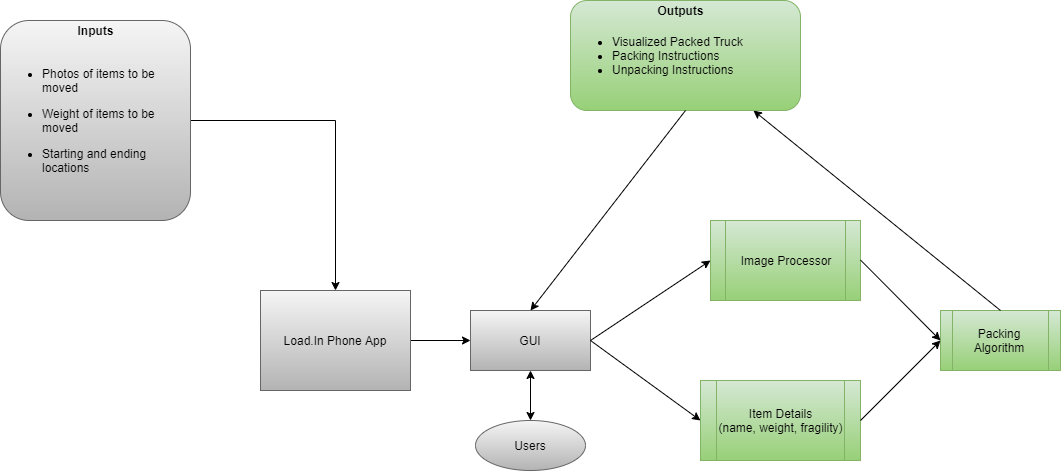
The draw.io diagram Documents/MFCD.png in LP-76/load.in, before a commit. Source tidied: cells renumbered, new cells last; positions are measured from the earlier drawing's top-left corner, leaving out a move shared by most shapes. Its diagram source:
```xml
<mxGraphModel>
  <root>
    <mxCell id="0" />
    <mxCell id="1" parent="0" />
    <mxCell id="2" style="edgeStyle=orthogonalEdgeStyle;rounded=0;jettySize=auto;html=1;" parent="1" edge="1" source="3" target="6">
      <mxGeometry relative="1" as="geometry" />
    </mxCell>
    <mxCell id="3" value="&lt;ul&gt;&lt;li&gt;Photos of items to be moved&lt;/li&gt;&lt;/ul&gt;&lt;ul&gt;&lt;li&gt;Weight of items to be moved&lt;/li&gt;&lt;/ul&gt;&lt;ul&gt;&lt;li&gt;Starting and ending locations&lt;/li&gt;&lt;/ul&gt;" style="rounded=1;whiteSpace=wrap;html=1;align=left;labelPosition=center;verticalLabelPosition=middle;verticalAlign=middle;fillColor=#f5f5f5;strokeColor=#666666;gradientColor=#b3b3b3;gradientDirection=south;" parent="1" vertex="1">
      <mxGeometry y="20" width="190" height="200" as="geometry" />
    </mxCell>
    <mxCell id="4" value="&lt;b&gt;Inputs&lt;/b&gt;" style="text;html=1;align=center;verticalAlign=middle;" parent="1" vertex="1">
      <mxGeometry x="70" y="20" width="50" height="20" as="geometry" />
    </mxCell>
    <mxCell id="5" style="edgeStyle=orthogonalEdgeStyle;rounded=0;jettySize=auto;html=1;" parent="1" edge="1" source="6" target="7">
      <mxGeometry relative="1" as="geometry" />
    </mxCell>
    <mxCell id="6" value="Load.In Phone App" style="rounded=0;whiteSpace=wrap;html=1;align=center;fillColor=#f5f5f5;strokeColor=#666666;gradientColor=#b3b3b3;gradientDirection=south;" parent="1" vertex="1">
      <mxGeometry x="260" y="290" width="150" height="100" as="geometry" />
    </mxCell>
    <mxCell id="7" value="GUI" style="whiteSpace=wrap;html=1;rounded=0;fillColor=#f5f5f5;strokeColor=#666666;gradientColor=#b3b3b3;gradientDirection=south;" parent="1" vertex="1">
      <mxGeometry x="470" y="310" width="120" height="60" as="geometry" />
    </mxCell>
    <mxCell id="8" value="Users" style="ellipse;whiteSpace=wrap;html=1;rounded=0;fillColor=#f5f5f5;strokeColor=#666666;gradientColor=#b3b3b3;gradientDirection=south;" parent="1" vertex="1">
      <mxGeometry x="475" y="420" width="110" height="50" as="geometry" />
    </mxCell>
    <mxCell id="9" style="endArrow=classic;html=1;" parent="1" edge="1">
      <mxGeometry relative="1" as="geometry">
        <mxPoint x="590" y="340" as="sourcePoint" />
        <mxPoint x="710" y="260" as="targetPoint" />
      </mxGeometry>
    </mxCell>
    <mxCell id="10" style="endArrow=classic;html=1;" parent="1" edge="1">
      <mxGeometry relative="1" as="geometry">
        <mxPoint x="590" y="340" as="sourcePoint" />
        <mxPoint x="700" y="420" as="targetPoint" />
      </mxGeometry>
    </mxCell>
    <mxCell id="11" value="Image Processor" style="shape=process;whiteSpace=wrap;html=1;backgroundOutline=1;align=center;fillColor=#d5e8d4;strokeColor=#82b366;gradientColor=#97d077;gradientDirection=south;" parent="1" vertex="1">
      <mxGeometry x="710" y="220" width="150" height="80" as="geometry" />
    </mxCell>
    <mxCell id="12" value="Item Details&lt;br&gt;(name, weight, fragility)" style="shape=process;whiteSpace=wrap;html=1;backgroundOutline=1;align=center;fillColor=#d5e8d4;strokeColor=#82b366;gradientColor=#97d077;gradientDirection=south;" parent="1" vertex="1">
      <mxGeometry x="700" y="380" width="160" height="80" as="geometry" />
    </mxCell>
    <mxCell id="13" value="Packing Algorithm" style="shape=process;whiteSpace=wrap;html=1;backgroundOutline=1;align=center;fillColor=#d5e8d4;strokeColor=#82b366;gradientColor=#97d077;gradientDirection=south;" parent="1" vertex="1">
      <mxGeometry x="940" y="310" width="120" height="60" as="geometry" />
    </mxCell>
    <mxCell id="14" style="endArrow=classic;html=1;entryX=0;entryY=0.5;entryDx=0;entryDy=0;" parent="1" edge="1" target="13">
      <mxGeometry relative="1" as="geometry">
        <mxPoint x="860" y="259.5" as="sourcePoint" />
      </mxGeometry>
    </mxCell>
    <mxCell id="15" style="endArrow=classic;html=1;entryX=0;entryY=0.5;entryDx=0;entryDy=0;exitX=1;exitY=0.5;exitDx=0;exitDy=0;" parent="1" edge="1" source="12" target="13">
      <mxGeometry relative="1" as="geometry" />
    </mxCell>
    <mxCell id="16" style="endArrow=classic;startArrow=classic;html=1;" parent="1" edge="1">
      <mxGeometry relative="1" as="geometry">
        <mxPoint x="530" y="420" as="sourcePoint" />
        <mxPoint x="530" y="370" as="targetPoint" />
      </mxGeometry>
    </mxCell>
    <mxCell id="17" style="endArrow=classic;html=1;" parent="1" edge="1" target="18">
      <mxGeometry relative="1" as="geometry">
        <mxPoint x="1000" y="310" as="sourcePoint" />
      </mxGeometry>
    </mxCell>
    <mxCell id="18" value="&lt;ul&gt;&lt;li&gt;Visualized Packed Truck&lt;/li&gt;&lt;li&gt;Packing Instructions&lt;/li&gt;&lt;li&gt;Unpacking Instructions&lt;/li&gt;&lt;/ul&gt;" style="rounded=1;whiteSpace=wrap;html=1;align=left;strokeColor=#82b366;gradientDirection=south;fillColor=#d5e8d4;gradientColor=#97d077;" parent="1" vertex="1">
      <mxGeometry x="570" width="230" height="110" as="geometry" />
    </mxCell>
    <mxCell id="19" value="&lt;b&gt;Outputs&lt;/b&gt;" style="text;html=1;align=center;verticalAlign=middle;" parent="1" vertex="1">
      <mxGeometry x="650" width="60" height="20" as="geometry" />
    </mxCell>
    <mxCell id="20" style="endArrow=classic;html=1;exitX=0.5;exitY=1;exitDx=0;exitDy=0;entryX=0.5;entryY=0;entryDx=0;entryDy=0;" parent="1" edge="1" source="18" target="7">
      <mxGeometry relative="1" as="geometry" />
    </mxCell>
  </root>
</mxGraphModel>
```
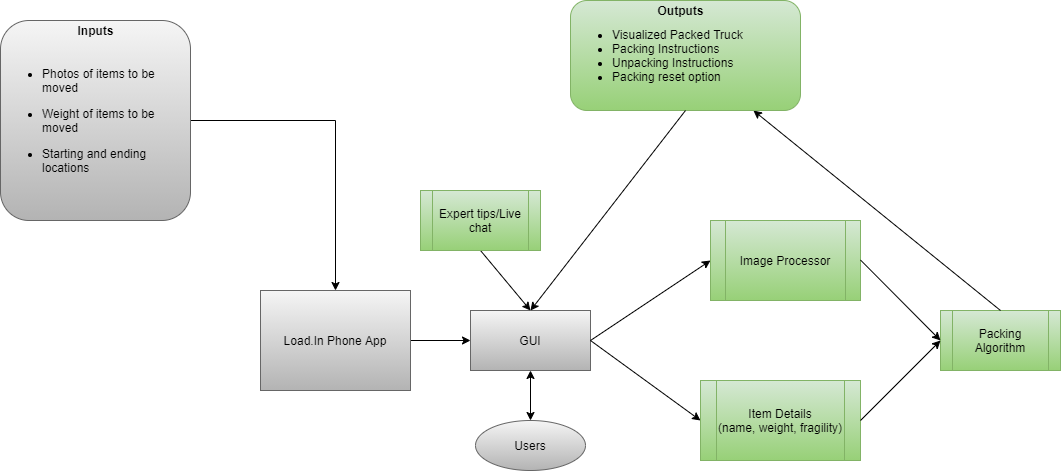
After the change.

Commit message:
Updated MFCD, added it to powerpoint and documents

Change to the diagram source:
```diff
@@ -63,7 +63,7 @@
         <mxPoint x="1000" y="310" as="sourcePoint" />
       </mxGeometry>
     </mxCell>
-    <mxCell id="18" value="&lt;ul&gt;&lt;li&gt;Visualized Packed Truck&lt;/li&gt;&lt;li&gt;Packing Instructions&lt;/li&gt;&lt;li&gt;Unpacking Instructions&lt;/li&gt;&lt;/ul&gt;" style="rounded=1;whiteSpace=wrap;html=1;align=left;strokeColor=#82b366;gradientDirection=south;fillColor=#d5e8d4;gradientColor=#97d077;" parent="1" vertex="1">
+    <mxCell id="18" value="&lt;ul&gt;&lt;li&gt;Visualized Packed Truck&lt;/li&gt;&lt;li&gt;Packing Instructions&lt;/li&gt;&lt;li&gt;Unpacking Instructions&lt;/li&gt;&lt;li&gt;Packing reset option&lt;/li&gt;&lt;/ul&gt;" style="rounded=1;whiteSpace=wrap;html=1;align=left;strokeColor=#82b366;gradientDirection=south;fillColor=#d5e8d4;gradientColor=#97d077;" parent="1" vertex="1">
       <mxGeometry x="570" width="230" height="110" as="geometry" />
     </mxCell>
     <mxCell id="19" value="&lt;b&gt;Outputs&lt;/b&gt;" style="text;html=1;align=center;verticalAlign=middle;" parent="1" vertex="1">
@@ -72,5 +72,13 @@
     <mxCell id="20" style="endArrow=classic;html=1;exitX=0.5;exitY=1;exitDx=0;exitDy=0;entryX=0.5;entryY=0;entryDx=0;entryDy=0;" parent="1" edge="1" source="18" target="7">
       <mxGeometry relative="1" as="geometry" />
     </mxCell>
+    <mxCell id="21" style="endArrow=classic;html=1;entryX=0.5;entryY=0;entryDx=0;entryDy=0;" parent="1" edge="1" target="7">
+      <mxGeometry relative="1" as="geometry">
+        <mxPoint x="480" y="250" as="sourcePoint" />
+      </mxGeometry>
+    </mxCell>
+    <mxCell id="22" value="Expert tips/Live chat" style="shape=process;whiteSpace=wrap;html=1;backgroundOutline=1;gradientColor=#97d077;fillColor=#d5e8d4;strokeColor=#82b366;" parent="1" vertex="1">
+      <mxGeometry x="420" y="190" width="120" height="60" as="geometry" />
+    </mxCell>
   </root>
 </mxGraphModel>
```
